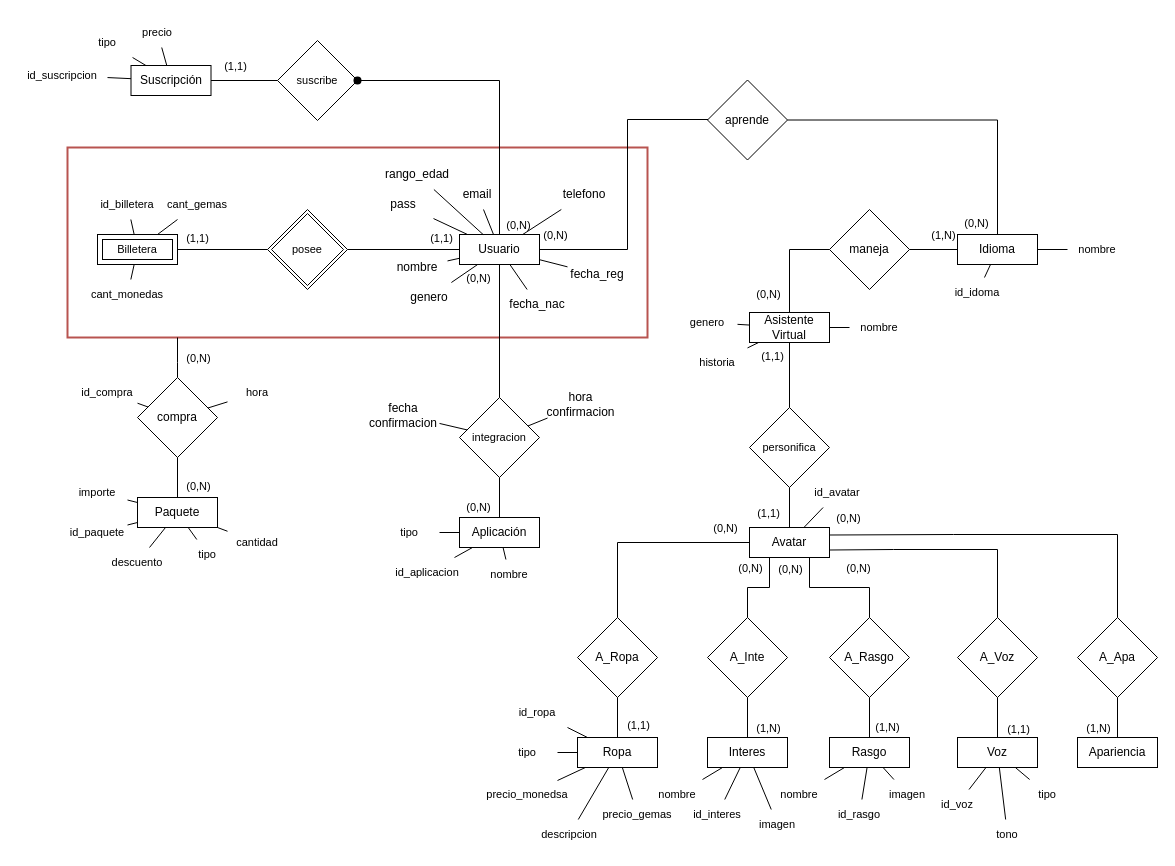
felipiacenza/BD2 keeps this draw.io diagram as MER/MER OBL1.drawio. Above is the earlier version. Source tidied: cells renumbered, new cells numbered last; positions are measured from the earlier drawing's top-left corner, leaving out a move shared by most shapes. Both pictures are drawn from the tidied source at 100%, with x=0, y=0 at pixel (17, 17).
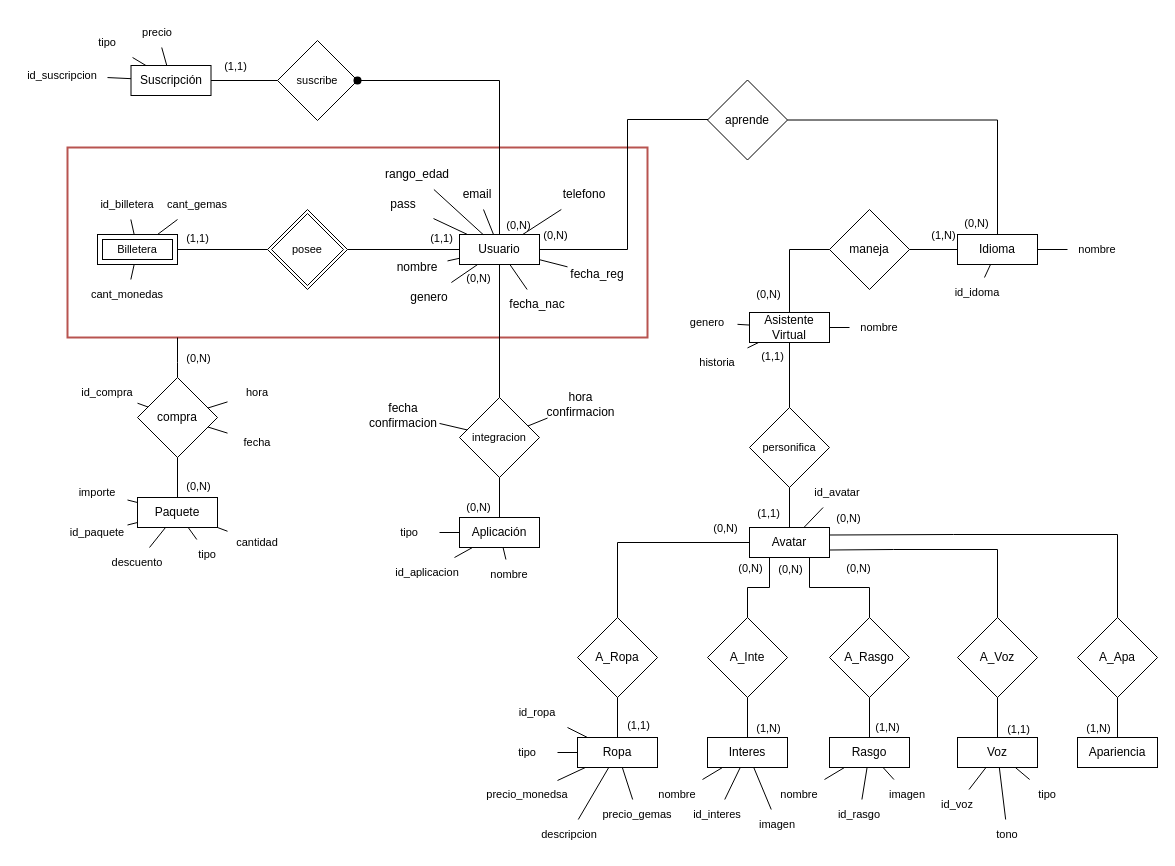
Above is the later version.

Commit message:
añadido de fehca en compra en el MER

The change refers to these unchanged cells:
```xml
<mxCell id="12" value="compra" style="rhombus;whiteSpace=wrap;html=1;" parent="1" vertex="1">
  <mxGeometry x="120" y="360" width="80" height="80" as="geometry" />
</mxCell>
```

Diff of the diagram source:
```diff
@@
+    <mxCell id="169" style="edgeStyle=none;html=1;endArrow=none;endFill=0;" parent="1" edge="1" source="170" target="12">
+      <mxGeometry relative="1" as="geometry" />
+    </mxCell>
+    <mxCell id="170" value="fecha" style="text;html=1;strokeColor=none;fillColor=none;align=center;verticalAlign=middle;whiteSpace=wrap;rounded=0;fontFamily=Helvetica;fontSize=11;fontColor=default;" parent="1" vertex="1">
+      <mxGeometry x="210" y="410" width="60" height="30" as="geometry" />
+    </mxCell>
```
